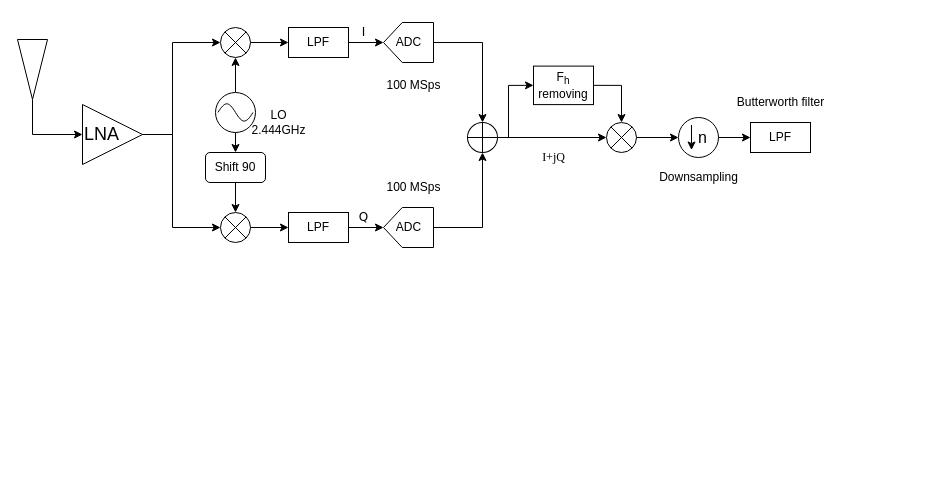
Before: Examples/img/preprocessing.drawio in mkashani-phd/BLEWBAN_Dataset, a draw.io diagram. Source tidied: cells renumbered, new cells numbered last; positions are measured from the earlier drawing's top-left corner, leaving out a move shared by most shapes. Both pictures are drawn from the tidied source at 100%, with x=0, y=0 at pixel (2, 17).
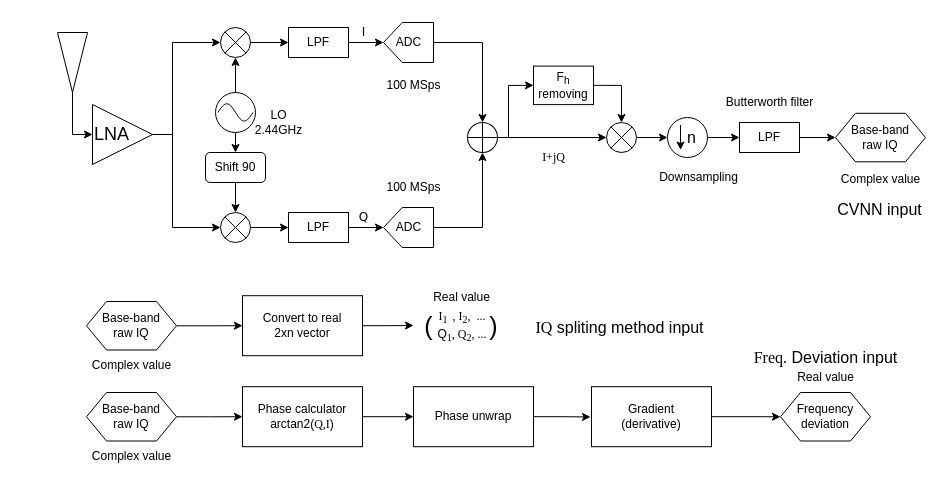
After the change.

Diff of the diagram source:
```diff
@@
     <mxCell id="3" style="triangle;whiteSpace=wrap;html=1;rotation=90;" parent="1" vertex="1">
-      <mxGeometry y="37" width="60" height="30" as="geometry" />
+      <mxGeometry x="40" y="30" width="60" height="30" as="geometry" />
     </mxCell>
@@
     <mxCell id="6" value="&lt;font style=&quot;font-size: 18px;&quot;&gt;LNA&lt;/font&gt;" style="triangle;whiteSpace=wrap;html=1;align=left;" parent="1" vertex="1">
-      <mxGeometry x="80" y="87" width="60" height="60" as="geometry" />
+      <mxGeometry x="90" y="87" width="60" height="60" as="geometry" />
     </mxCell>
@@
-    <mxCell id="19" value="LO &lt;br&gt;2.444GHz" style="text;html=1;align=center;verticalAlign=middle;strokeColor=none;fillColor=none;" parent="1" vertex="1">
-      <mxGeometry x="236" y="85" width="80" height="40" as="geometry" />
+    <mxCell id="19" value="LO &lt;br&gt;2.44GHz" style="text;html=1;align=center;verticalAlign=middle;strokeColor=none;fillColor=none;" parent="1" vertex="1">
+      <mxGeometry x="241" y="85" width="70" height="40" as="geometry" />
     </mxCell>
@@
     <mxCell id="40" value="&lt;font style=&quot;font-size: 16px;&quot;&gt;&amp;nbsp; n&lt;/font&gt;" style="ellipse;whiteSpace=wrap;html=1;" parent="1" vertex="1">
-      <mxGeometry x="676" y="100" width="40" height="40" as="geometry" />
+      <mxGeometry x="665" y="100" width="40" height="40" as="geometry" />
     </mxCell>
@@
     <mxCell id="55" style="endArrow=classic;html=1;rounded=0;" parent="1" edge="1">
       <mxGeometry relative="1" as="geometry">
-        <mxPoint x="689" y="107.5" as="sourcePoint" />
-        <mxPoint x="689" y="132.5" as="targetPoint" />
+        <mxPoint x="678" y="107.5" as="sourcePoint" />
+        <mxPoint x="678" y="132.5" as="targetPoint" />
       </mxGeometry>
     </mxCell>
@@
+    <mxCell id="59" style="edgeStyle=orthogonalEdgeStyle;rounded=0;jettySize=auto;html=1;exitX=1;exitY=0.5;exitDx=0;exitDy=0;entryX=0;entryY=0.5;entryDx=0;entryDy=0;" parent="1" edge="1" source="57" target="71">
+      <mxGeometry relative="1" as="geometry" />
+    </mxCell>
     <mxCell id="57" value="LPF" style="rounded=0;whiteSpace=wrap;html=1;" parent="1" vertex="1">
-      <mxGeometry x="748" y="105" width="60" height="30" as="geometry" />
+      <mxGeometry x="737" y="105" width="60" height="30" as="geometry" />
     </mxCell>
     <mxCell id="58" value="Butterworth filter" style="text;html=1;align=center;verticalAlign=middle;strokeColor=none;fillColor=none;" parent="1" vertex="1">
-      <mxGeometry x="723" y="70" width="110" height="30" as="geometry" />
+      <mxGeometry x="712" y="70" width="110" height="30" as="geometry" />
     </mxCell>
+    <mxCell id="60" style="edgeStyle=orthogonalEdgeStyle;rounded=0;jettySize=auto;html=1;" parent="1" edge="1" source="61" target="63">
+      <mxGeometry relative="1" as="geometry" />
+    </mxCell>
+    <mxCell id="61" value="Base-band&lt;br&gt;raw IQ" style="shape=hexagon;perimeter=hexagonPerimeter2;whiteSpace=wrap;html=1;fixedSize=1;" parent="1" vertex="1">
+      <mxGeometry x="84" y="375" width="90" height="48.5" as="geometry" />
+    </mxCell>
+    <mxCell id="62" style="edgeStyle=orthogonalEdgeStyle;rounded=0;jettySize=auto;html=1;exitX=1;exitY=0.5;exitDx=0;exitDy=0;entryX=0;entryY=0.5;entryDx=0;entryDy=0;" parent="1" edge="1" source="63" target="65">
+      <mxGeometry relative="1" as="geometry" />
+    </mxCell>
+    <mxCell id="63" value="Phase calculator&lt;br&gt;arctan2(&lt;font face=&quot;Times New Roman&quot;&gt;Q,I&lt;/font&gt;)" style="whiteSpace=wrap;html=1;" parent="1" vertex="1">
+      <mxGeometry x="240" y="369.2" width="120" height="60" as="geometry" />
+    </mxCell>
+    <mxCell id="64" style="edgeStyle=orthogonalEdgeStyle;rounded=0;jettySize=auto;html=1;exitX=1;exitY=0.5;exitDx=0;exitDy=0;" parent="1" edge="1" source="65">
+      <mxGeometry relative="1" as="geometry">
+        <mxPoint x="588" y="399.5" as="targetPoint" />
+      </mxGeometry>
+    </mxCell>
+    <mxCell id="65" value="Phase unwrap" style="whiteSpace=wrap;html=1;" parent="1" vertex="1">
+      <mxGeometry x="411" y="369.2" width="120" height="60" as="geometry" />
+    </mxCell>
+    <mxCell id="66" style="edgeStyle=orthogonalEdgeStyle;rounded=0;jettySize=auto;html=1;exitX=1;exitY=0.5;exitDx=0;exitDy=0;entryX=0;entryY=0.5;entryDx=0;entryDy=0;" parent="1" edge="1" source="67" target="68">
+      <mxGeometry relative="1" as="geometry" />
+    </mxCell>
+    <mxCell id="67" value="Gradient&lt;br&gt;(derivative)" style="rounded=0;whiteSpace=wrap;html=1;" parent="1" vertex="1">
+      <mxGeometry x="589" y="369.2" width="120" height="60" as="geometry" />
+    </mxCell>
+    <mxCell id="68" value="Frequency deviation" style="shape=hexagon;perimeter=hexagonPerimeter2;whiteSpace=wrap;html=1;fixedSize=1;" parent="1" vertex="1">
+      <mxGeometry x="778" y="375" width="90" height="48.5" as="geometry" />
+    </mxCell>
+    <mxCell id="69" style="edgeStyle=orthogonalEdgeStyle;rounded=0;jettySize=auto;html=1;" parent="1" edge="1" source="70" target="76">
+      <mxGeometry relative="1" as="geometry" />
+    </mxCell>
+    <mxCell id="70" value="Base-band&lt;br&gt;raw IQ" style="shape=hexagon;perimeter=hexagonPerimeter2;whiteSpace=wrap;html=1;fixedSize=1;" parent="1" vertex="1">
+      <mxGeometry x="84" y="284" width="90" height="48.5" as="geometry" />
+    </mxCell>
+    <mxCell id="71" value="Base-band&lt;br&gt;raw IQ" style="shape=hexagon;perimeter=hexagonPerimeter2;whiteSpace=wrap;html=1;fixedSize=1;" parent="1" vertex="1">
+      <mxGeometry x="833" y="95.8" width="90" height="48.5" as="geometry" />
+    </mxCell>
+    <mxCell id="72" value="Complex value" style="text;html=1;align=center;verticalAlign=middle;strokeColor=none;fillColor=none;" parent="1" vertex="1">
+      <mxGeometry x="828" y="147" width="100" height="30" as="geometry" />
+    </mxCell>
+    <mxCell id="73" value="Complex value" style="text;html=1;align=center;verticalAlign=middle;strokeColor=none;fillColor=none;" parent="1" vertex="1">
+      <mxGeometry x="79" y="332.5" width="100" height="30" as="geometry" />
+    </mxCell>
+    <mxCell id="74" value="Complex value" style="text;html=1;align=center;verticalAlign=middle;strokeColor=none;fillColor=none;" parent="1" vertex="1">
+      <mxGeometry x="79" y="423.5" width="100" height="30" as="geometry" />
+    </mxCell>
+    <mxCell id="75" style="edgeStyle=orthogonalEdgeStyle;rounded=0;jettySize=auto;html=1;exitX=1;exitY=0.5;exitDx=0;exitDy=0;" parent="1" edge="1" source="76" target="78">
+      <mxGeometry relative="1" as="geometry" />
+    </mxCell>
+    <mxCell id="76" value="Convert to real &lt;br&gt;2xn vector" style="whiteSpace=wrap;html=1;" parent="1" vertex="1">
+      <mxGeometry x="240" y="278.2" width="120" height="60" as="geometry" />
+    </mxCell>
+    <mxCell id="77" style="group;" parent="1" vertex="1">
+      <mxGeometry x="411" y="288" width="95" height="40" as="geometry" />
+    </mxCell>
+    <mxCell id="78" value="&lt;font style=&quot;font-size: 25px;&quot;&gt;(&lt;/font&gt;" style="text;html=1;align=center;verticalAlign=middle;points=[];strokeColor=none;fillColor=none;" parent="77" vertex="1">
+      <mxGeometry width="30" height="40" as="geometry" />
+    </mxCell>
+    <mxCell id="79" style="group;" parent="77" vertex="1">
+      <mxGeometry x="19" width="76" height="40" as="geometry" />
+    </mxCell>
+    <mxCell id="80" value="&lt;font face=&quot;Times New Roman&quot;&gt;I&lt;sub&gt;1&amp;nbsp;&amp;nbsp;&lt;/sub&gt;, I&lt;sub&gt;2&lt;/sub&gt;,&amp;nbsp; ...&lt;br&gt;&lt;/font&gt;Q&lt;sub style=&quot;border-color: var(--border-color); font-family: &amp;quot;Times New Roman&amp;quot;;&quot;&gt;1&lt;/sub&gt;&lt;span style=&quot;font-family: &amp;quot;Times New Roman&amp;quot;;&quot;&gt;, Q&lt;/span&gt;&lt;sub style=&quot;border-color: var(--border-color); font-family: &amp;quot;Times New Roman&amp;quot;;&quot;&gt;2&lt;/sub&gt;&lt;span style=&quot;font-family: &amp;quot;Times New Roman&amp;quot;;&quot;&gt;, ...&lt;/span&gt;" style="text;html=1;strokeColor=none;fillColor=none;align=center;verticalAlign=middle;whiteSpace=wrap;rounded=0;" parent="79" vertex="1">
+      <mxGeometry y="6" width="60" height="30" as="geometry" />
+    </mxCell>
+    <mxCell id="81" value="&lt;span style=&quot;font-size: 25px;&quot;&gt;)&lt;/span&gt;" style="text;html=1;align=center;verticalAlign=middle;strokeColor=none;fillColor=none;" parent="79" vertex="1">
+      <mxGeometry x="46" width="30" height="40" as="geometry" />
+    </mxCell>
+    <mxCell id="82" value="Real value" style="text;html=1;align=center;verticalAlign=middle;strokeColor=none;fillColor=none;" parent="1" vertex="1">
+      <mxGeometry x="418.5" y="265" width="80" height="30" as="geometry" />
+    </mxCell>
+    <mxCell id="83" value="Real value" style="text;html=1;align=center;verticalAlign=middle;strokeColor=none;fillColor=none;" parent="1" vertex="1">
+      <mxGeometry x="783" y="345" width="80" height="30" as="geometry" />
+    </mxCell>
+    <mxCell id="84" value="&lt;font style=&quot;font-size: 16px;&quot;&gt;CVNN input&lt;/font&gt;" style="text;html=1;align=center;verticalAlign=middle;strokeColor=none;fillColor=none;" parent="1" vertex="1">
+      <mxGeometry x="822" y="177" width="110" height="30" as="geometry" />
+    </mxCell>
+    <mxCell id="85" value="&lt;font style=&quot;font-size: 16px;&quot;&gt;&lt;font face=&quot;Times New Roman&quot;&gt;IQ&lt;/font&gt; spliting method input&lt;/font&gt;" style="text;html=1;align=center;verticalAlign=middle;strokeColor=none;fillColor=none;" parent="1" vertex="1">
+      <mxGeometry x="522" y="295" width="190" height="30" as="geometry" />
+    </mxCell>
+    <mxCell id="86" value="&lt;font style=&quot;font-size: 16px;&quot;&gt;&lt;font face=&quot;Times New Roman&quot;&gt;Freq.&lt;/font&gt;&amp;nbsp;Deviation input&lt;/font&gt;" style="text;html=1;align=center;verticalAlign=middle;strokeColor=none;fillColor=none;" parent="1" vertex="1">
+      <mxGeometry x="738" y="325" width="170" height="30" as="geometry" />
+    </mxCell>
```
